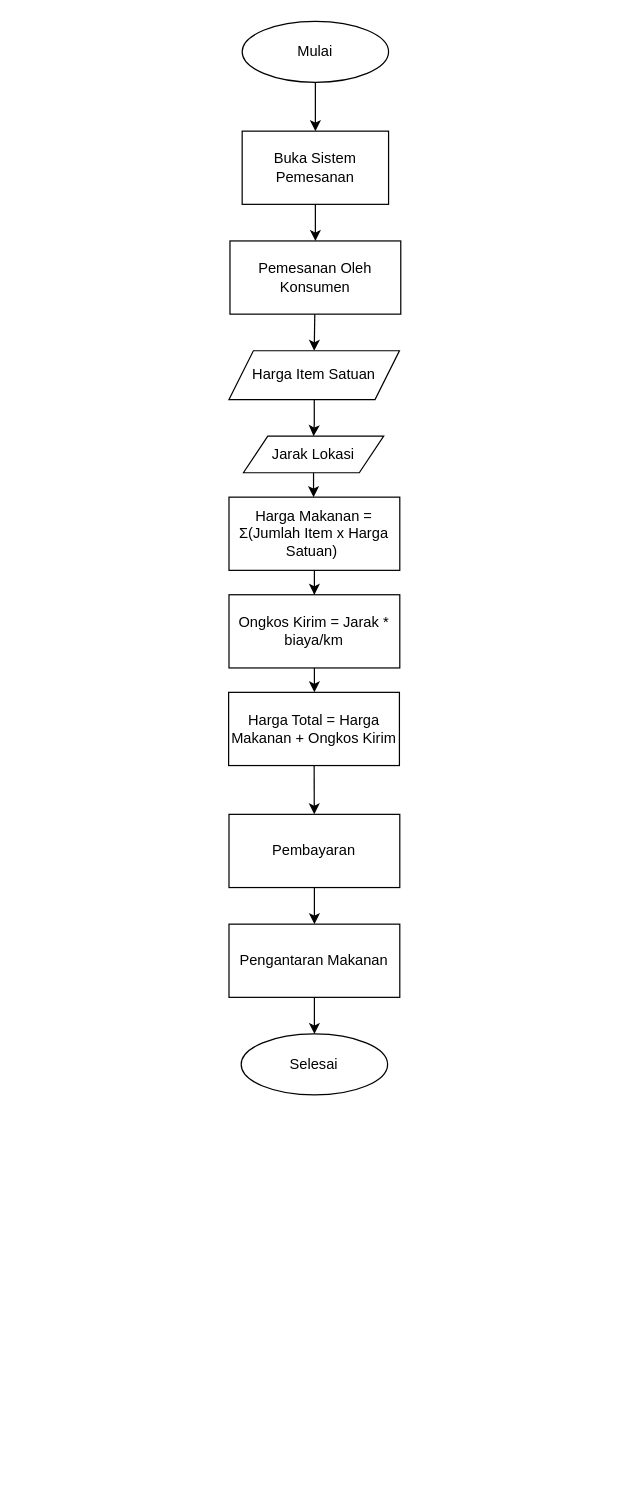
aryadutapp/aryaduta_food-order_app keeps this draw.io diagram as flowchart.drawio. Above is the earlier version. Source tidied: cells renumbered, new cells numbered last; positions are measured from the earlier drawing's top-left corner, leaving out a move shared by most shapes. Both pictures are drawn from the tidied source at 122%, with x=0, y=0 at pixel (228, 21).
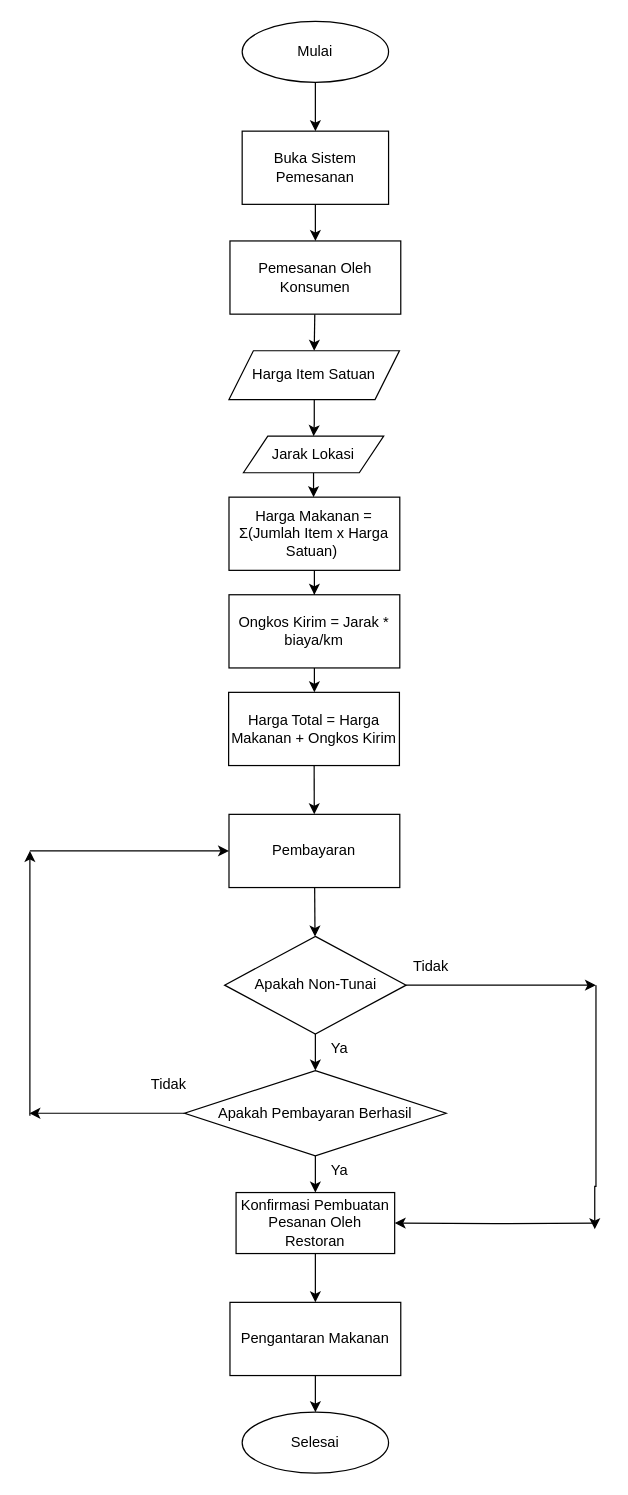
The same diagram, later.

Commit message:
Penambahan alur untuk sistem pembayaran non tunai

The change refers to these unchanged cells:
```xml
<mxCell id="7" value="Pembayaran" style="whiteSpace=wrap;html=1;" parent="1" vertex="1">
  <mxGeometry x="0.2" y="650" width="140" height="60" as="geometry" />
</mxCell>
<mxCell id="18" value="Ongkos Kirim = Jarak * biaya/km" style="whiteSpace=wrap;html=1;rounded=0;" parent="1" vertex="1">
  <mxGeometry x="0.2" y="470" width="140" height="60" as="geometry" />
</mxCell>
```

The edit, as a diff of the source:
```diff
@@
-    <mxCell id="6" style="edgeStyle=none;html=1;" parent="1" edge="1" source="7" target="9">
-      <mxGeometry relative="1" as="geometry" />
-    </mxCell>
+    <mxCell id="23" style="edgeStyle=none;html=1;" parent="1" edge="1" source="7" target="27">
+      <mxGeometry relative="1" as="geometry" />
+    </mxCell>
@@
     <mxCell id="9" value="Pengantaran Makanan" style="whiteSpace=wrap;html=1;" parent="1" vertex="1">
-      <mxGeometry x="0.2" y="740" width="140" height="60" as="geometry" />
+      <mxGeometry x="1" y="1050" width="140" height="60" as="geometry" />
     </mxCell>
     <mxCell id="10" value="Selesai" style="ellipse;whiteSpace=wrap;html=1;" parent="1" vertex="1">
-      <mxGeometry x="10.2" y="830" width="120" height="50" as="geometry" />
+      <mxGeometry x="11" y="1140" width="120" height="50" as="geometry" />
     </mxCell>
@@
-    <mxCell id="17" style="edgeStyle=orthogonalEdgeStyle;rounded=0;jettySize=auto;html=1;" parent="1" edge="1" source="18">
-      <mxGeometry relative="1" as="geometry">
-        <mxPoint x="69.4" y="550" as="targetPoint" />
-      </mxGeometry>
-    </mxCell>
+    <mxCell id="24" style="edgeStyle=orthogonalEdgeStyle;rounded=0;jettySize=auto;html=1;" parent="1" edge="1" source="18">
+      <mxGeometry relative="1" as="geometry">
+        <mxPoint x="69.4" y="550" as="targetPoint" />
+      </mxGeometry>
+    </mxCell>
@@
+    <mxCell id="25" style="edgeStyle=orthogonalEdgeStyle;rounded=0;jettySize=auto;html=1;" parent="1" edge="1" source="27" target="30">
+      <mxGeometry relative="1" as="geometry" />
+    </mxCell>
+    <mxCell id="26" style="edgeStyle=orthogonalEdgeStyle;rounded=0;jettySize=auto;html=1;" parent="1" edge="1" source="27">
+      <mxGeometry relative="1" as="geometry">
+        <mxPoint x="301" y="790" as="targetPoint" />
+      </mxGeometry>
+    </mxCell>
+    <mxCell id="27" value="Apakah Non-Tunai" style="rhombus;whiteSpace=wrap;html=1;rounded=0;" parent="1" vertex="1">
+      <mxGeometry x="-3.4" y="750" width="148.8" height="80" as="geometry" />
+    </mxCell>
+    <mxCell id="28" style="edgeStyle=orthogonalEdgeStyle;rounded=0;jettySize=auto;html=1;" parent="1" edge="1" source="30" target="32">
+      <mxGeometry relative="1" as="geometry" />
+    </mxCell>
+    <mxCell id="29" style="edgeStyle=none;html=1;" parent="1" edge="1" source="30">
+      <mxGeometry relative="1" as="geometry">
+        <mxPoint x="-163.4" y="895" as="targetPoint" />
+      </mxGeometry>
+    </mxCell>
+    <mxCell id="30" value="Apakah Pembayaran Berhasil" style="rhombus;whiteSpace=wrap;html=1;rounded=0;" parent="1" vertex="1">
+      <mxGeometry x="-36.2" y="860" width="214.4" height="70" as="geometry" />
+    </mxCell>
+    <mxCell id="31" style="edgeStyle=none;html=1;" parent="1" edge="1" source="32" target="9">
+      <mxGeometry relative="1" as="geometry" />
+    </mxCell>
+    <mxCell id="32" value="Konfirmasi Pembuatan Pesanan Oleh Restoran" style="whiteSpace=wrap;html=1;rounded=0;" parent="1" vertex="1">
+      <mxGeometry x="6" y="960" width="130" height="50" as="geometry" />
+    </mxCell>
+    <mxCell id="33" style="edgeStyle=orthogonalEdgeStyle;rounded=0;orthogonalLoop=1;jettySize=auto;html=1;" parent="1" edge="1">
+      <mxGeometry relative="1" as="geometry">
+        <mxPoint x="301" y="790" as="sourcePoint" />
+        <mxPoint x="300" y="990" as="targetPoint" />
+        <Array as="points">
+          <mxPoint x="300" y="955" />
+        </Array>
+      </mxGeometry>
+    </mxCell>
+    <mxCell id="34" style="edgeStyle=orthogonalEdgeStyle;rounded=0;jettySize=auto;html=1;" parent="1" edge="1" target="32">
+      <mxGeometry relative="1" as="geometry">
+        <mxPoint x="301" y="985" as="sourcePoint" />
+      </mxGeometry>
+    </mxCell>
+    <mxCell id="35" value="Ya" style="text;html=1;strokeColor=none;fillColor=none;align=center;verticalAlign=middle;whiteSpace=wrap;rounded=0;" parent="1" vertex="1">
+      <mxGeometry x="61" y="827" width="60" height="30" as="geometry" />
+    </mxCell>
+    <mxCell id="36" value="Tidak" style="text;html=1;strokeColor=none;fillColor=none;align=center;verticalAlign=middle;whiteSpace=wrap;rounded=0;" parent="1" vertex="1">
+      <mxGeometry x="136" y="760" width="60" height="30" as="geometry" />
+    </mxCell>
+    <mxCell id="37" value="Ya" style="text;html=1;strokeColor=none;fillColor=none;align=center;verticalAlign=middle;whiteSpace=wrap;rounded=0;" parent="1" vertex="1">
+      <mxGeometry x="61" y="927" width="60" height="30" as="geometry" />
+    </mxCell>
+    <mxCell id="38" value="Tidak" style="text;html=1;strokeColor=none;fillColor=none;align=center;verticalAlign=middle;whiteSpace=wrap;rounded=0;" parent="1" vertex="1">
+      <mxGeometry x="-79" y="857" width="60" height="30" as="geometry" />
+    </mxCell>
+    <mxCell id="39" style="edgeStyle=none;html=1;" parent="1" edge="1">
+      <mxGeometry relative="1" as="geometry">
+        <mxPoint x="-163" y="897" as="sourcePoint" />
+        <mxPoint x="-163" y="680" as="targetPoint" />
+      </mxGeometry>
+    </mxCell>
+    <mxCell id="40" style="edgeStyle=none;html=1;entryX=0;entryY=0.5;entryDx=0;entryDy=0;" parent="1" edge="1" target="7">
+      <mxGeometry relative="1" as="geometry">
+        <mxPoint x="-163" y="680" as="sourcePoint" />
+      </mxGeometry>
+    </mxCell>
```
